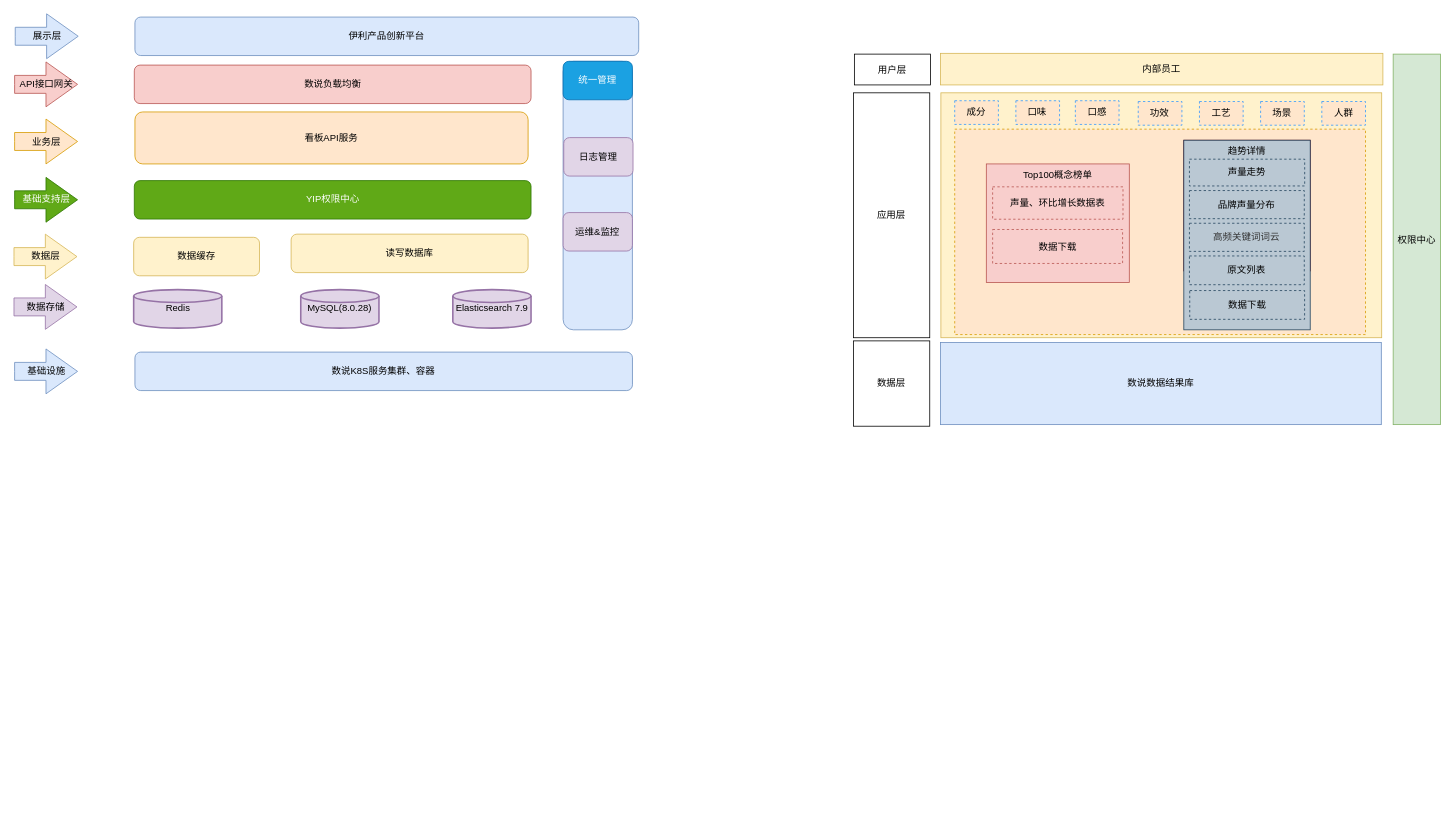
The draw.io diagram page "伊利海外趋势" (5 of 5) of 数据服务3.0.drawio in jk1420/data-api, before the edit. Source tidied: cells renumbered, new cells numbered last; positions are measured from the earlier drawing's top-left corner, leaving out a move shared by most shapes. Both pictures are drawn from the tidied source at 79%, with x=0, y=0 at pixel (13, 13).
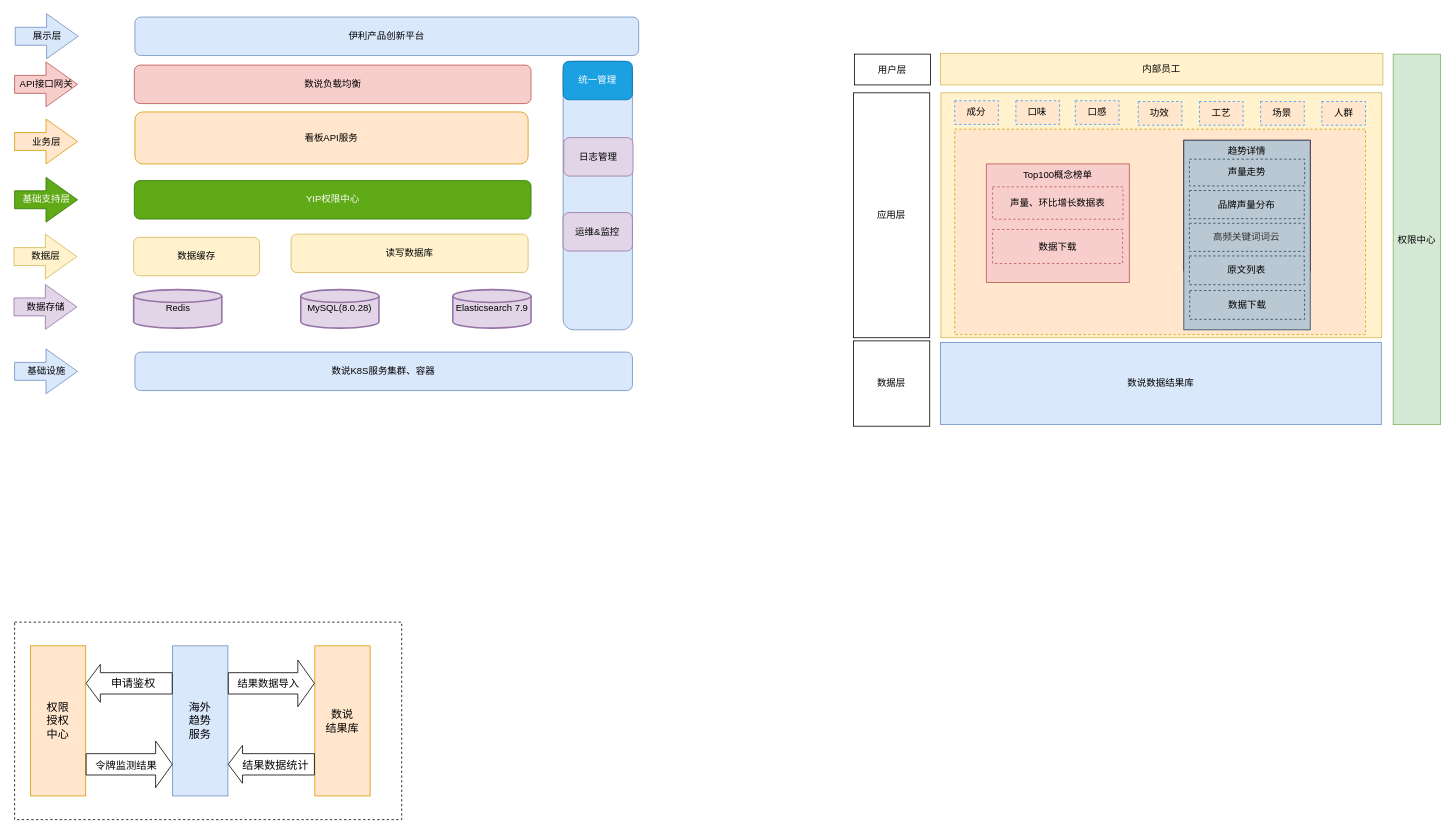
The same diagram, later.

Commit message:
伊利海外趋势：增加对接系统图

Diff of the diagram source:
```diff
@@
+    <mxCell id="52" style="rounded=0;whiteSpace=wrap;html=1;dashed=1;fontSize=14;" parent="1" vertex="1">
+      <mxGeometry x="1" y="770" width="490" height="250" as="geometry" />
+    </mxCell>
@@
+    <mxCell id="53" value="&lt;font style=&quot;font-size: 14px;&quot;&gt;权限&lt;br style=&quot;font-size: 14px;&quot;&gt;授权&lt;br style=&quot;font-size: 14px;&quot;&gt;中心&lt;/font&gt;" style="rounded=0;whiteSpace=wrap;html=1;fillColor=#ffe6cc;strokeColor=#d79b00;fontSize=14;" parent="1" vertex="1">
+      <mxGeometry x="21" y="800" width="70" height="190" as="geometry" />
+    </mxCell>
+    <mxCell id="54" value="海外&lt;br style=&quot;font-size: 14px;&quot;&gt;趋势&lt;br style=&quot;font-size: 14px;&quot;&gt;服务" style="rounded=0;whiteSpace=wrap;html=1;fillColor=#dae8fc;strokeColor=#6c8ebf;fontSize=14;" parent="1" vertex="1">
+      <mxGeometry x="201" y="800" width="70" height="190" as="geometry" />
+    </mxCell>
+    <mxCell id="55" value="数说&lt;br style=&quot;font-size: 14px;&quot;&gt;结果库" style="rounded=0;whiteSpace=wrap;html=1;fillColor=#ffe6cc;strokeColor=#d79b00;fontSize=14;" parent="1" vertex="1">
+      <mxGeometry x="381" y="800" width="70" height="190" as="geometry" />
+    </mxCell>
+    <mxCell id="56" style="shape=flexArrow;endArrow=classic;html=1;rounded=0;exitX=0;exitY=0.25;exitDx=0;exitDy=0;entryX=1;entryY=0.25;entryDx=0;entryDy=0;width=27;endSize=5.67;fontSize=14;" parent="1" edge="1" source="54" target="53">
+      <mxGeometry relative="1" as="geometry" />
+    </mxCell>
+    <mxCell id="57" value="申请鉴权" style="edgeLabel;html=1;align=center;verticalAlign=middle;fontSize=14;" parent="56" vertex="1">
+      <mxGeometry x="0.15" y="1" relative="1" as="geometry">
+        <mxPoint x="12" y="-1" as="offset" />
+      </mxGeometry>
+    </mxCell>
+    <mxCell id="58" style="shape=flexArrow;endArrow=classic;html=1;rounded=0;exitX=0;exitY=0.25;exitDx=0;exitDy=0;entryX=1;entryY=0.25;entryDx=0;entryDy=0;width=27;endSize=5.67;fontSize=14;" parent="1" edge="1">
+      <mxGeometry relative="1" as="geometry">
+        <mxPoint x="381" y="950" as="sourcePoint" />
+        <mxPoint x="271" y="950" as="targetPoint" />
+      </mxGeometry>
+    </mxCell>
+    <mxCell id="59" value="结果数据统计" style="edgeLabel;html=1;align=center;verticalAlign=middle;fontSize=14;" parent="58" vertex="1">
+      <mxGeometry x="0.15" y="1" relative="1" as="geometry">
+        <mxPoint x="12" y="-1" as="offset" />
+      </mxGeometry>
+    </mxCell>
+    <mxCell id="60" style="shape=flexArrow;endArrow=classic;html=1;rounded=0;entryX=0;entryY=0.25;entryDx=0;entryDy=0;exitX=1;exitY=0.25;exitDx=0;exitDy=0;endWidth=31;endSize=6.67;width=27;" parent="1" edge="1" source="54" target="55">
+      <mxGeometry relative="1" as="geometry" />
+    </mxCell>
+    <mxCell id="61" value="&lt;font style=&quot;font-size: 13px;&quot;&gt;结果数据导入&lt;/font&gt;" style="edgeLabel;html=1;align=center;verticalAlign=middle;" parent="60" vertex="1">
+      <mxGeometry x="-0.4" y="4" relative="1" as="geometry">
+        <mxPoint x="17" y="4" as="offset" />
+      </mxGeometry>
+    </mxCell>
+    <mxCell id="62" style="shape=flexArrow;endArrow=classic;html=1;rounded=0;entryX=0;entryY=0.25;entryDx=0;entryDy=0;exitX=1;exitY=0.25;exitDx=0;exitDy=0;endWidth=31;endSize=6.67;width=27;" parent="1" edge="1">
+      <mxGeometry relative="1" as="geometry">
+        <mxPoint x="91" y="950" as="sourcePoint" />
+        <mxPoint x="201" y="950" as="targetPoint" />
+      </mxGeometry>
+    </mxCell>
+    <mxCell id="63" value="&lt;font style=&quot;font-size: 13px;&quot;&gt;令牌监测结果&lt;/font&gt;" style="edgeLabel;html=1;align=center;verticalAlign=middle;" parent="62" vertex="1">
+      <mxGeometry x="-0.4" y="4" relative="1" as="geometry">
+        <mxPoint x="17" y="4" as="offset" />
+      </mxGeometry>
+    </mxCell>
```
